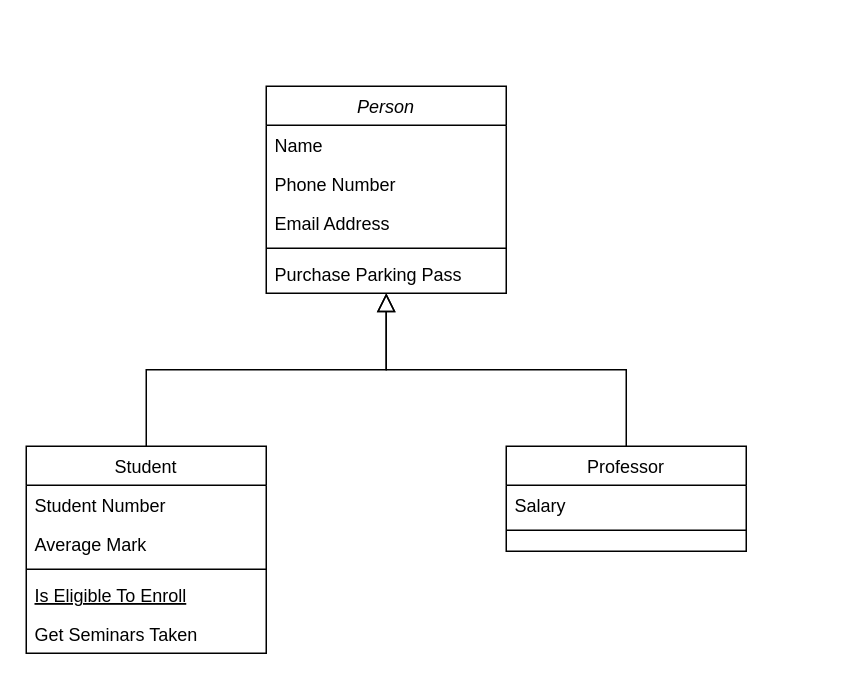
This is Untitled Diagram.drawio from enDinetah/enDinetah, a draw.io file, before an edit. Source tidied: cells renumbered, new cells numbered last; positions are measured from the earlier drawing's top-left corner, leaving out a move shared by most shapes. Both pictures are drawn from the tidied source at 150%, with x=0, y=0 at pixel (26, 86).
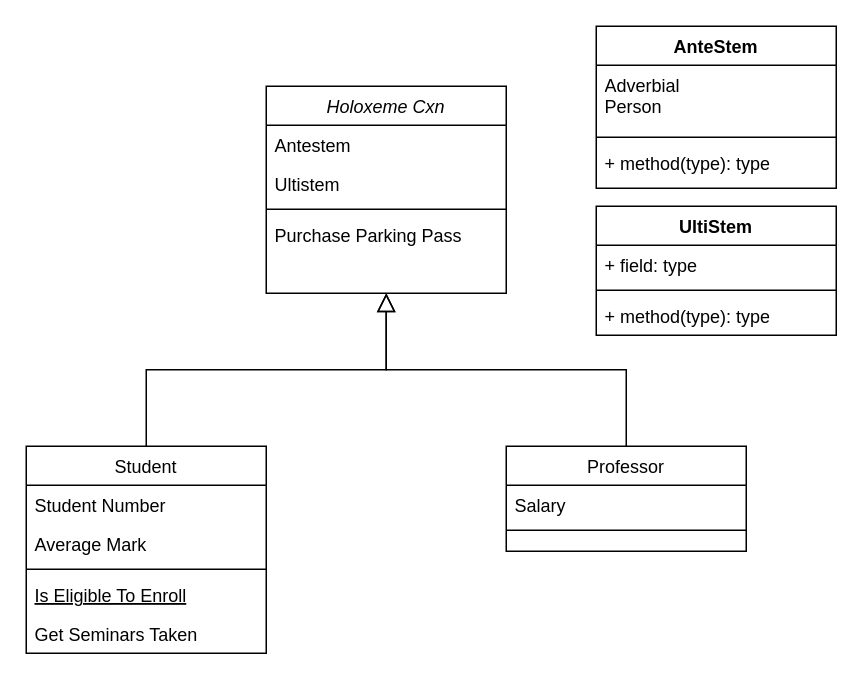
The same page after the edit.

Diff of the diagram source:
```diff
@@
-    <mxCell id="2" value="Person" style="swimlane;fontStyle=2;align=center;verticalAlign=top;horizontal=1;startSize=26;rounded=0;shadow=0;strokeWidth=1;" parent="1" vertex="1">
+    <mxCell id="2" value="Holoxeme Cxn" style="swimlane;fontStyle=2;align=center;verticalAlign=top;horizontal=1;startSize=26;rounded=0;shadow=0;strokeWidth=1;" parent="1" vertex="1">
       <mxGeometry x="160" width="160" height="138" as="geometry" />
     </mxCell>
-    <mxCell id="3" value="Name" style="text;align=left;verticalAlign=top;spacingLeft=4;spacingRight=4;overflow=hidden;" parent="2" vertex="1">
-      <mxGeometry y="26" width="160" height="26" as="geometry" />
-    </mxCell>
-    <mxCell id="4" value="Phone Number" style="text;align=left;verticalAlign=top;spacingLeft=4;spacingRight=4;overflow=hidden;rounded=0;shadow=0;html=0;" parent="2" vertex="1">
-      <mxGeometry y="52" width="160" height="26" as="geometry" />
+    <mxCell id="4" value="Antestem" style="text;align=left;verticalAlign=top;spacingLeft=4;spacingRight=4;overflow=hidden;rounded=0;shadow=0;html=0;" parent="2" vertex="1">
+      <mxGeometry y="26" width="160" height="26" as="geometry" />
     </mxCell>
-    <mxCell id="5" value="Email Address" style="text;align=left;verticalAlign=top;spacingLeft=4;spacingRight=4;overflow=hidden;rounded=0;shadow=0;html=0;" parent="2" vertex="1">
-      <mxGeometry y="78" width="160" height="26" as="geometry" />
+    <mxCell id="5" value="Ultistem" style="text;align=left;verticalAlign=top;spacingLeft=4;spacingRight=4;overflow=hidden;rounded=0;shadow=0;html=0;" parent="2" vertex="1">
+      <mxGeometry y="52" width="160" height="26" as="geometry" />
     </mxCell>
     <mxCell id="6" style="line;html=1;strokeWidth=1;align=left;verticalAlign=middle;spacingTop=-1;spacingLeft=3;spacingRight=3;labelPosition=right;" parent="2" vertex="1">
-      <mxGeometry y="104" width="160" height="8" as="geometry" />
+      <mxGeometry y="78" width="160" height="8" as="geometry" />
     </mxCell>
     <mxCell id="7" value="Purchase Parking Pass" style="text;align=left;verticalAlign=top;spacingLeft=4;spacingRight=4;overflow=hidden;" parent="2" vertex="1">
-      <mxGeometry y="112" width="160" height="26" as="geometry" />
+      <mxGeometry y="86" width="160" height="26" as="geometry" />
     </mxCell>
@@
+    <mxCell id="19" value="AnteStem" style="swimlane;fontStyle=1;align=center;verticalAlign=top;horizontal=1;startSize=26;whiteSpace=wrap;html=1;" parent="1" vertex="1">
+      <mxGeometry x="380" y="-40" width="160" height="108" as="geometry" />
+    </mxCell>
+    <mxCell id="20" value="Adverbial&amp;nbsp;&lt;div&gt;Person&lt;/div&gt;&lt;div&gt;&lt;br&gt;&lt;/div&gt;" style="text;strokeColor=none;fillColor=none;align=left;verticalAlign=top;spacingLeft=4;spacingRight=4;overflow=hidden;whiteSpace=wrap;html=1;" parent="19" vertex="1">
+      <mxGeometry y="26" width="160" height="44" as="geometry" />
+    </mxCell>
+    <mxCell id="21" style="line;strokeWidth=1;fillColor=none;align=left;verticalAlign=middle;spacingTop=-1;spacingLeft=3;spacingRight=3;labelPosition=right;strokeColor=inherit;" parent="19" vertex="1">
+      <mxGeometry y="70" width="160" height="8" as="geometry" />
+    </mxCell>
+    <mxCell id="22" value="+ method(type): type" style="text;strokeColor=none;fillColor=none;align=left;verticalAlign=top;spacingLeft=4;spacingRight=4;overflow=hidden;whiteSpace=wrap;html=1;" parent="19" vertex="1">
+      <mxGeometry y="78" width="160" height="30" as="geometry" />
+    </mxCell>
+    <mxCell id="23" value="UltiStem" style="swimlane;fontStyle=1;align=center;verticalAlign=top;horizontal=1;startSize=26;whiteSpace=wrap;html=1;" parent="1" vertex="1">
+      <mxGeometry x="380" y="80" width="160" height="86" as="geometry" />
+    </mxCell>
+    <mxCell id="24" value="+ field: type" style="text;strokeColor=none;fillColor=none;align=left;verticalAlign=top;spacingLeft=4;spacingRight=4;overflow=hidden;whiteSpace=wrap;html=1;" parent="23" vertex="1">
+      <mxGeometry y="26" width="160" height="26" as="geometry" />
+    </mxCell>
+    <mxCell id="25" style="line;strokeWidth=1;fillColor=none;align=left;verticalAlign=middle;spacingTop=-1;spacingLeft=3;spacingRight=3;labelPosition=right;strokeColor=inherit;" parent="23" vertex="1">
+      <mxGeometry y="52" width="160" height="8" as="geometry" />
+    </mxCell>
+    <mxCell id="26" value="+ method(type): type" style="text;strokeColor=none;fillColor=none;align=left;verticalAlign=top;spacingLeft=4;spacingRight=4;overflow=hidden;whiteSpace=wrap;html=1;" parent="23" vertex="1">
+      <mxGeometry y="60" width="160" height="26" as="geometry" />
+    </mxCell>
```
